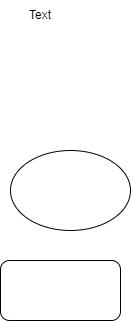
This is Untitled Diagram.drawio.png from liodegwin/diagrams, a draw.io export, as it was before one commit. Source tidied: cells renumbered, new cells last; positions are measured from the earlier drawing's top-left corner, leaving out a move shared by most shapes.
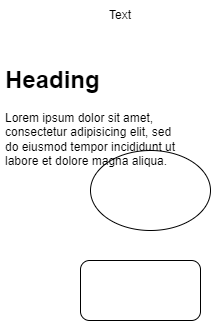
The same file after the commit.

The edit, as a diff of the source:
```diff
@@ -11,5 +11,8 @@
     <mxCell id="4" style="ellipse;whiteSpace=wrap;html=1;" parent="1" vertex="1">
       <mxGeometry x="10" y="150" width="120" height="80" as="geometry" />
     </mxCell>
+    <mxCell id="5" value="&lt;h1&gt;Heading&lt;/h1&gt;&lt;p&gt;Lorem ipsum dolor sit amet, consectetur adipisicing elit, sed do eiusmod tempor incididunt ut labore et dolore magna aliqua.&lt;/p&gt;" style="text;html=1;strokeColor=none;fillColor=none;spacing=5;spacingTop=-20;whiteSpace=wrap;overflow=hidden;rounded=0;" parent="1" vertex="1">
+      <mxGeometry x="-80" y="60" width="190" height="120" as="geometry" />
+    </mxCell>
   </root>
 </mxGraphModel>
```
